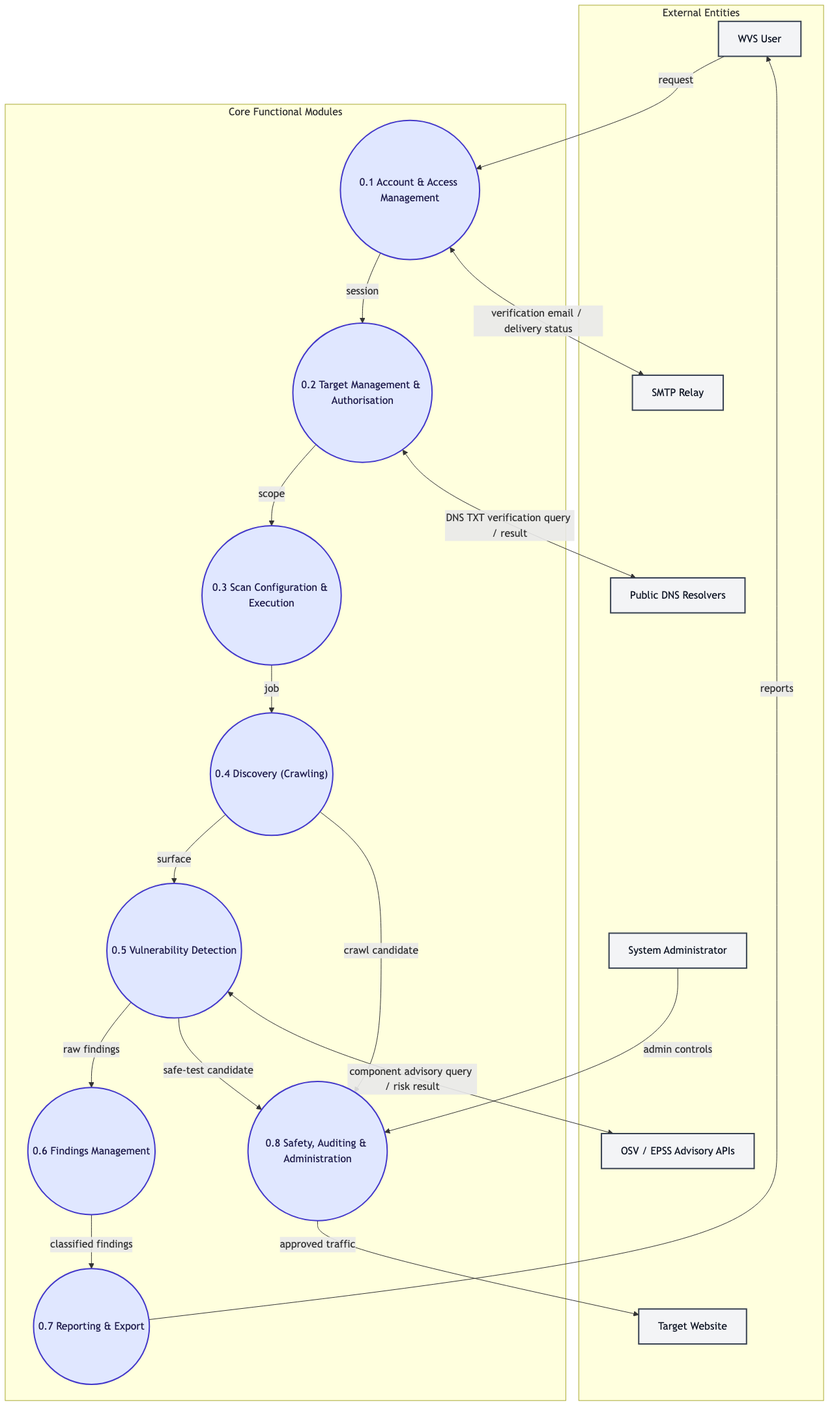
Earlier version of the Mermaid export docs/mermaid/png/level-1.png (ksacheth/software-engineering). Its source is kept beside it as docs/mermaid/level-1.mmd. Its diagram source:
```mermaid
flowchart TD

    subgraph External_Entities ["External Entities"]
        User["WVS User"]
        Admin["System Administrator"]
        Target["Target Website"]
        DNS["Public DNS Resolvers"]
        SMTP["SMTP Relay"]
        OSV["OSV / EPSS Advisory APIs"]
    end

    subgraph Processes ["Core Functional Modules"]
        P01(("0.1 Account & Access Management"))
        P02(("0.2 Target Management & Authorisation"))
        P03(("0.3 Scan Configuration & Execution"))
        P04(("0.4 Discovery (Crawling)"))
        P05(("0.5 Vulnerability Detection"))
        P06(("0.6 Findings Management"))
        P07(("0.7 Reporting & Export"))
        P08(("0.8 Safety, Auditing & Administration"))
    end

    User -->|"request"| P01
    P01 -->|"session"| P02
    P02 -->|"scope"| P03
    P03 -->|"job"| P04
    P04 -->|"surface"| P05
    P05 -->|"raw findings"| P06
    P06 -->|"classified findings"| P07
    P07 -->|"reports"| User

    P04 -->|"crawl candidate"| P08
    P05 -->|"safe-test candidate"| P08
    Admin -->|"admin controls"| P08
    P08 -->|"approved traffic"| Target

    P02 <-->|"DNS TXT verification query / result"| DNS
    P01 <-->|"verification email / delivery status"| SMTP
    P05 <-->|"component advisory query / risk result"| OSV

    classDef process fill:#e0e7ff,stroke:#4338ca,stroke-width:2px,color:#1e1b4b;
    classDef entity fill:#f3f4f6,stroke:#374151,stroke-width:2px,color:#111827;
    class P01,P02,P03,P04,P05,P06,P07,P08 process;
    class User,Admin,Target,DNS,SMTP,OSV entity;
```
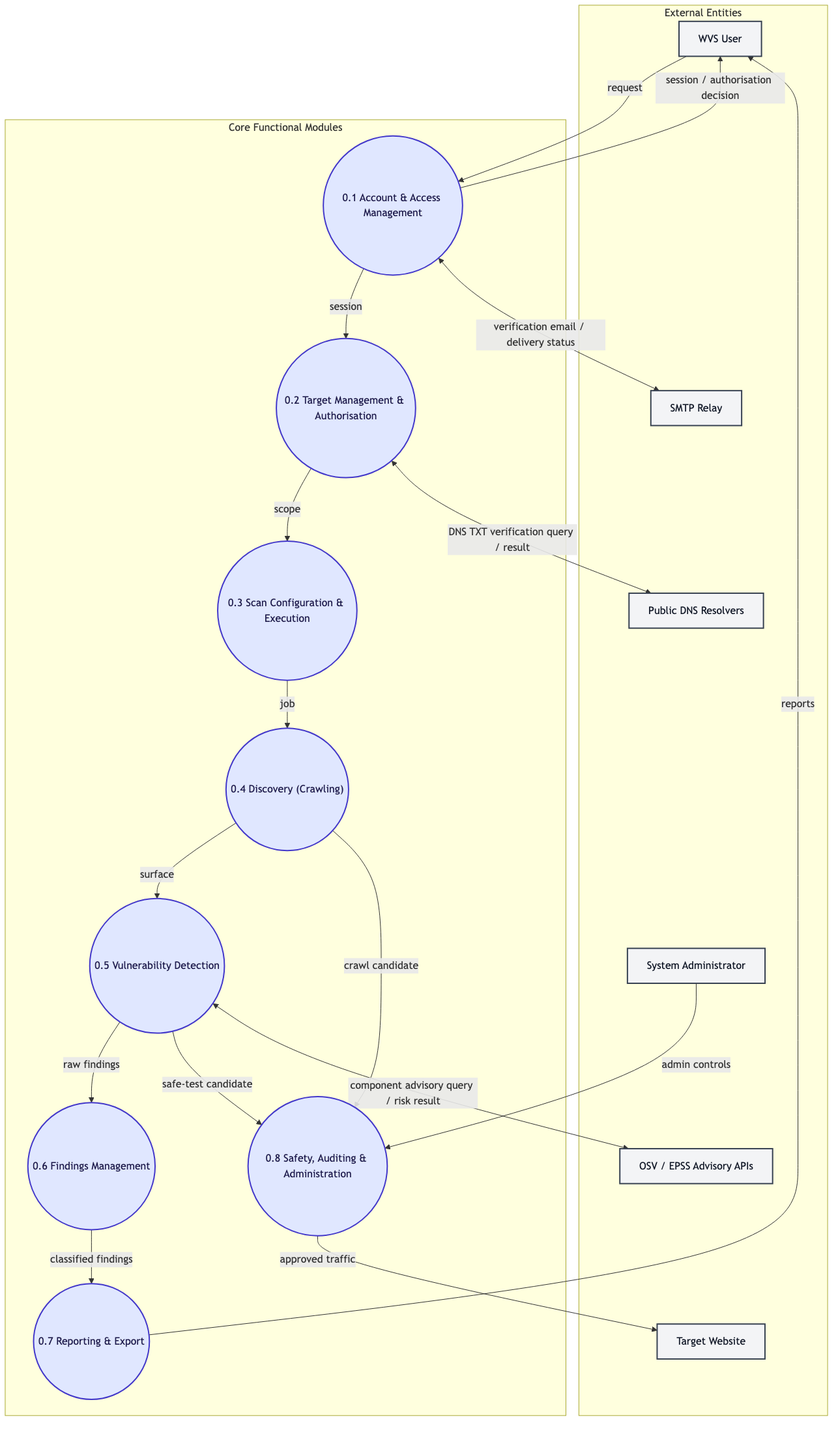
Later version of the same file.

The edit, as a diff of the source:
```diff
@@ -21,6 +21,7 @@
     end
 
     User -->|"request"| P01
+    P01 -->|"session / authorisation decision"| User
     P01 -->|"session"| P02
     P02 -->|"scope"| P03
     P03 -->|"job"| P04
```
